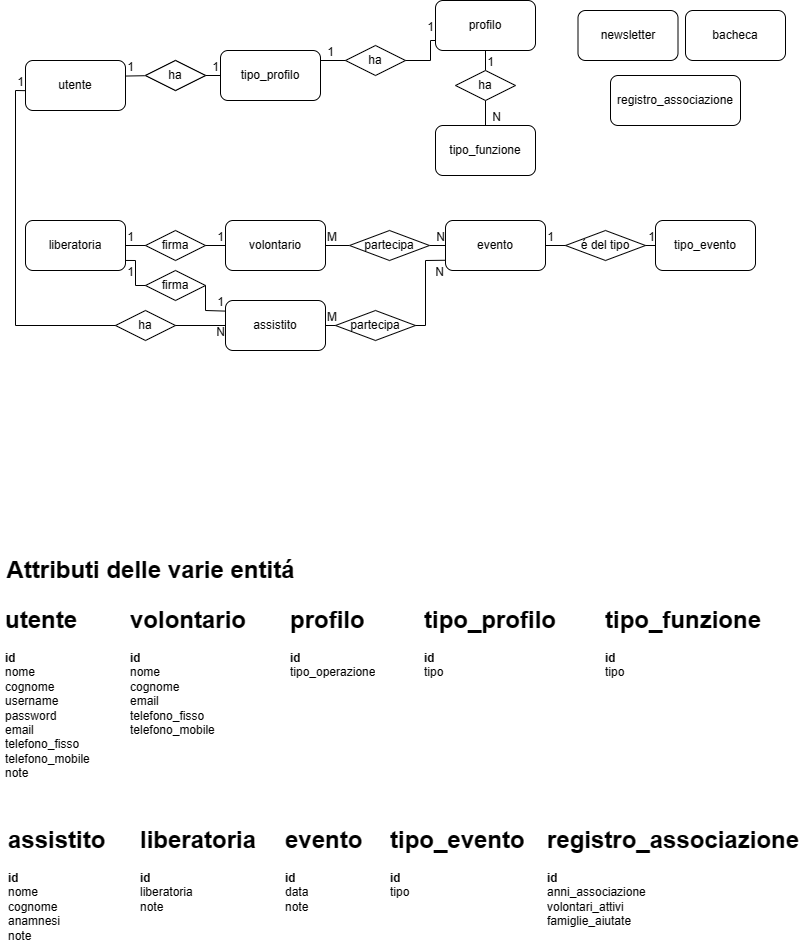
Above: db/SchemaER.drawio.png in Antonio-Bellini/MATURITA- (draw.io), before the change. Source tidied: cells renumbered, new cells last; positions are measured from the earlier drawing's top-left corner, leaving out a move shared by most shapes.
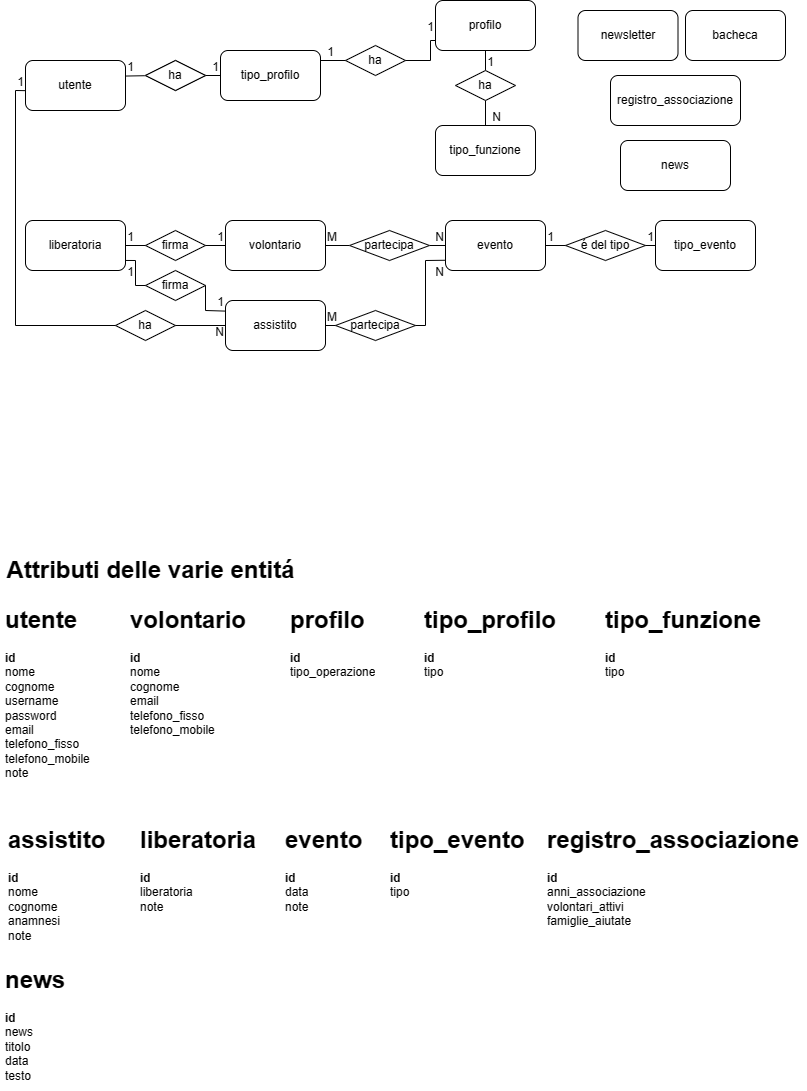
Above is the later version.

Commit message:
nuovo schema logico e concettuale

Diff of the diagram source:
```diff
@@ -228,5 +228,11 @@
     <mxCell id="66" value="&lt;h1&gt;registro_associazione&lt;/h1&gt;&lt;div&gt;&lt;b&gt;id&lt;/b&gt;&lt;/div&gt;&lt;div&gt;anni_associazione&lt;/div&gt;&lt;div&gt;volontari_attivi&lt;/div&gt;&lt;div&gt;famiglie_aiutate&lt;/div&gt;" style="text;html=1;spacing=5;spacingTop=-20;whiteSpace=wrap;overflow=hidden;rounded=0;labelBackgroundColor=none;" parent="1" vertex="1">
       <mxGeometry x="542" y="820" width="265" height="120" as="geometry" />
     </mxCell>
+    <mxCell id="67" value="news" style="rounded=1;whiteSpace=wrap;html=1;labelBackgroundColor=none;" parent="1" vertex="1">
+      <mxGeometry x="620" y="140" width="110" height="50" as="geometry" />
+    </mxCell>
+    <mxCell id="68" value="&lt;h1&gt;news&lt;/h1&gt;&lt;div&gt;&lt;b&gt;id&lt;/b&gt;&lt;/div&gt;&lt;div&gt;news&lt;/div&gt;&lt;div&gt;titolo&lt;/div&gt;&lt;div&gt;data&lt;/div&gt;&lt;div&gt;testo&lt;/div&gt;" style="text;html=1;spacing=5;spacingTop=-20;whiteSpace=wrap;overflow=hidden;rounded=0;labelBackgroundColor=none;" parent="1" vertex="1">
+      <mxGeometry y="960" width="265" height="130" as="geometry" />
+    </mxCell>
   </root>
 </mxGraphModel>
```
